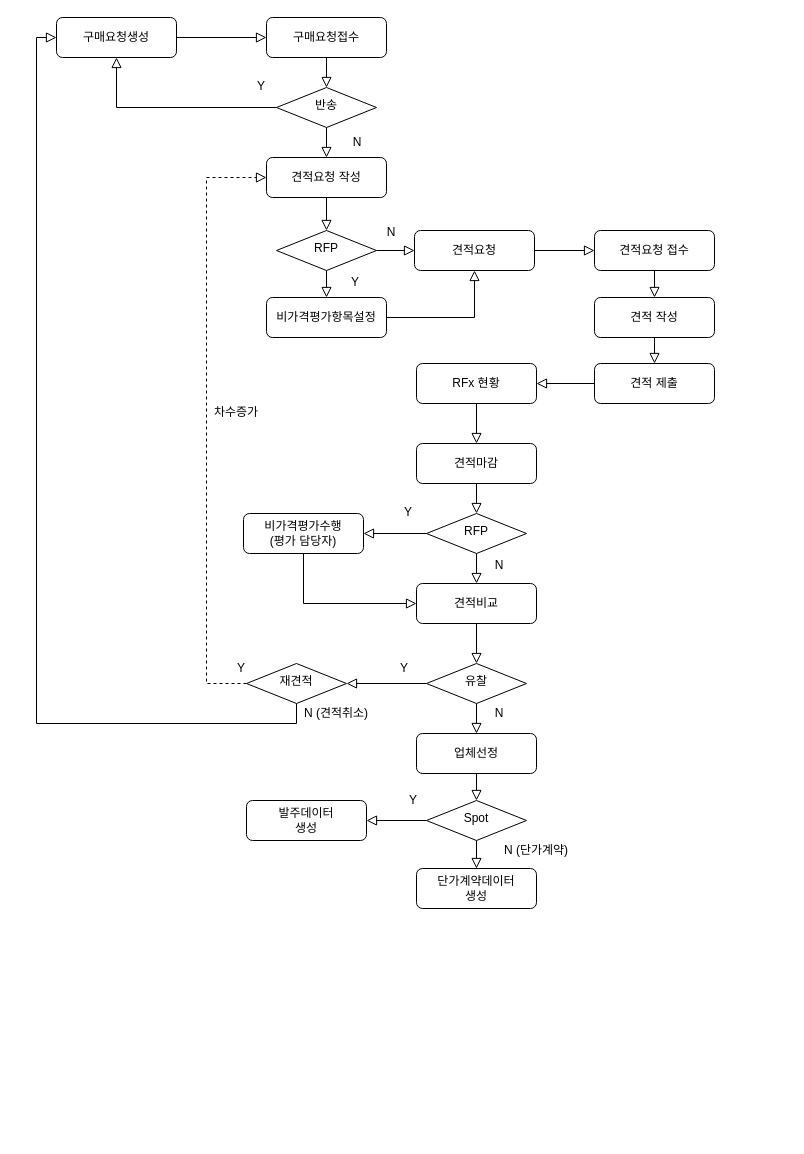
Before: RFx.drawio in kisspa-source/draw, a draw.io diagram. Source tidied: cells renumbered, new cells numbered last; positions are measured from the earlier drawing's top-left corner, leaving out a move shared by most shapes. Both pictures are drawn from the tidied source at 100%, with x=0, y=0 at pixel (56, 17).
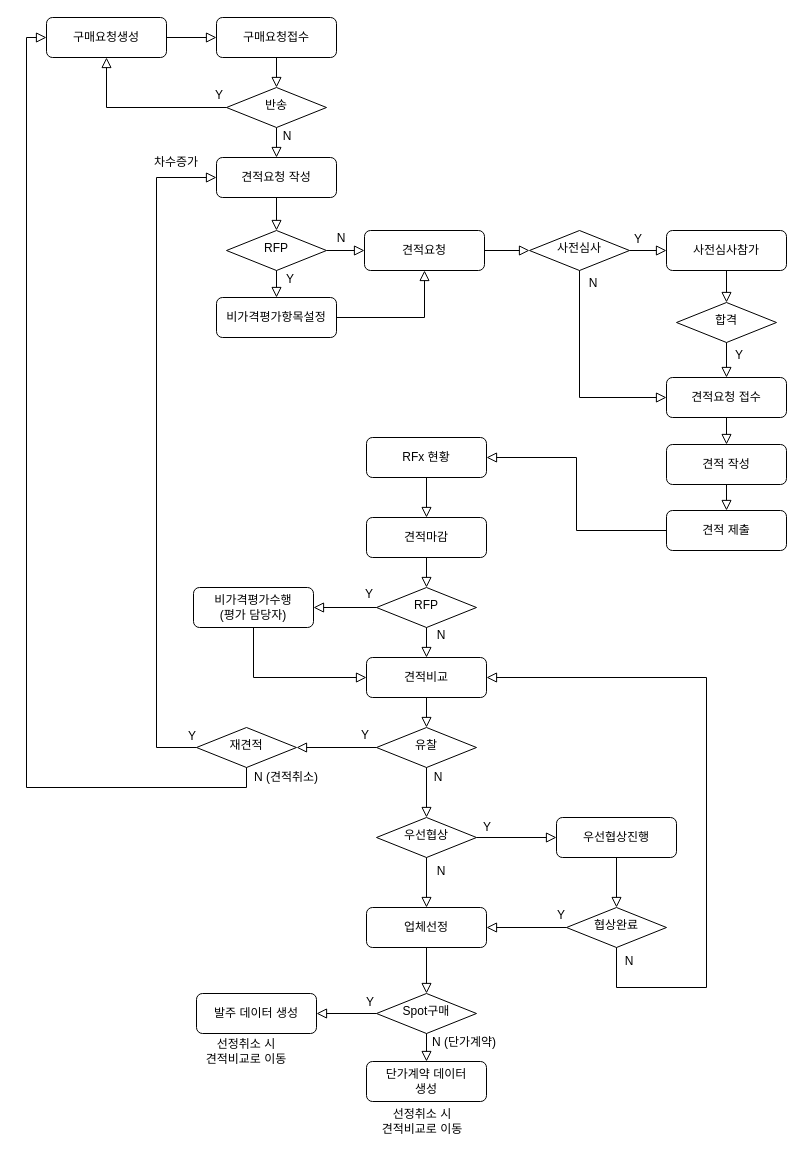
Above is the later version.

What changed in the source:
```diff
@@
     <mxCell id="3" value="구매요청생성" style="rounded=1;whiteSpace=wrap;html=1;fontSize=12;glass=0;strokeWidth=1;shadow=0;" parent="1" vertex="1">
-      <mxGeometry width="120" height="40" as="geometry" />
+      <mxGeometry x="-10" width="120" height="40" as="geometry" />
     </mxCell>
     <mxCell id="4" value="구매요청접수" style="rounded=1;whiteSpace=wrap;html=1;fontSize=12;glass=0;strokeWidth=1;shadow=0;" parent="1" vertex="1">
-      <mxGeometry x="210" width="120" height="40" as="geometry" />
+      <mxGeometry x="160" width="120" height="40" as="geometry" />
     </mxCell>
     <mxCell id="5" value="반송" style="rhombus;whiteSpace=wrap;html=1;shadow=0;fontFamily=Helvetica;fontSize=12;align=center;strokeWidth=1;spacing=6;spacingTop=-4;" parent="1" vertex="1">
-      <mxGeometry x="220" y="70" width="100" height="40" as="geometry" />
+      <mxGeometry x="170" y="70" width="100" height="40" as="geometry" />
     </mxCell>
@@
     <mxCell id="8" value="견적요청 작성" style="rounded=1;whiteSpace=wrap;html=1;fontSize=12;glass=0;strokeWidth=1;shadow=0;" parent="1" vertex="1">
-      <mxGeometry x="210" y="140" width="120" height="40" as="geometry" />
+      <mxGeometry x="160" y="140" width="120" height="40" as="geometry" />
     </mxCell>
     <mxCell id="9" value="RFP" style="rhombus;whiteSpace=wrap;html=1;shadow=0;fontFamily=Helvetica;fontSize=12;align=center;strokeWidth=1;spacing=6;spacingTop=-4;" parent="1" vertex="1">
-      <mxGeometry x="220" y="213" width="100" height="40" as="geometry" />
+      <mxGeometry x="170" y="213" width="100" height="40" as="geometry" />
     </mxCell>
@@
     <mxCell id="11" value="N" style="text;html=1;strokeColor=none;fillColor=none;align=center;verticalAlign=middle;whiteSpace=wrap;rounded=0;" parent="1" vertex="1">
-      <mxGeometry x="286" y="110" width="30" height="30" as="geometry" />
+      <mxGeometry x="216" y="104" width="30" height="30" as="geometry" />
     </mxCell>
     <mxCell id="12" value="Y" style="text;html=1;strokeColor=none;fillColor=none;align=center;verticalAlign=middle;whiteSpace=wrap;rounded=0;" parent="1" vertex="1">
-      <mxGeometry x="190" y="54" width="30" height="30" as="geometry" />
+      <mxGeometry x="148" y="63" width="30" height="30" as="geometry" />
     </mxCell>
     <mxCell id="13" value="견적요청" style="rounded=1;whiteSpace=wrap;html=1;fontSize=12;glass=0;strokeWidth=1;shadow=0;" parent="1" vertex="1">
-      <mxGeometry x="358" y="213" width="120" height="40" as="geometry" />
+      <mxGeometry x="308" y="213" width="120" height="40" as="geometry" />
     </mxCell>
     <mxCell id="14" value="N" style="text;html=1;strokeColor=none;fillColor=none;align=center;verticalAlign=middle;whiteSpace=wrap;rounded=0;" parent="1" vertex="1">
-      <mxGeometry x="429" y="533" width="28" height="30" as="geometry" />
+      <mxGeometry x="371" y="603" width="28" height="30" as="geometry" />
     </mxCell>
     <mxCell id="15" value="비가격평가항목설정" style="rounded=1;whiteSpace=wrap;html=1;fontSize=12;glass=0;strokeWidth=1;shadow=0;" parent="1" vertex="1">
-      <mxGeometry x="210" y="280" width="120" height="40" as="geometry" />
+      <mxGeometry x="160" y="280" width="120" height="40" as="geometry" />
     </mxCell>
@@
     <mxCell id="17" value="Y" style="text;html=1;strokeColor=none;fillColor=none;align=center;verticalAlign=middle;whiteSpace=wrap;rounded=0;" parent="1" vertex="1">
-      <mxGeometry x="289" y="250" width="20" height="30" as="geometry" />
+      <mxGeometry x="224" y="247" width="20" height="30" as="geometry" />
     </mxCell>
@@
     <mxCell id="21" value="견적요청 접수" style="rounded=1;whiteSpace=wrap;html=1;fontSize=12;glass=0;strokeWidth=1;shadow=0;" parent="1" vertex="1">
-      <mxGeometry x="538" y="213" width="120" height="40" as="geometry" />
+      <mxGeometry x="610" y="360" width="120" height="40" as="geometry" />
     </mxCell>
-    <mxCell id="22" style="rounded=0;html=1;jettySize=auto;fontSize=11;endArrow=block;endFill=0;endSize=8;strokeWidth=1;shadow=0;labelBackgroundColor=none;exitX=1;exitY=0.5;exitDx=0;exitDy=0;entryX=0;entryY=0.5;entryDx=0;entryDy=0;" parent="1" edge="1" source="13" target="21">
-      <mxGeometry relative="1" as="geometry" />
-    </mxCell>
     <mxCell id="23" value="견적 작성" style="rounded=1;whiteSpace=wrap;html=1;fontSize=12;glass=0;strokeWidth=1;shadow=0;" parent="1" vertex="1">
-      <mxGeometry x="538" y="280" width="120" height="40" as="geometry" />
+      <mxGeometry x="610" y="427" width="120" height="40" as="geometry" />
     </mxCell>
     <mxCell id="24" value="견적 제출" style="rounded=1;whiteSpace=wrap;html=1;fontSize=12;glass=0;strokeWidth=1;shadow=0;" parent="1" vertex="1">
-      <mxGeometry x="538" y="346" width="120" height="40" as="geometry" />
+      <mxGeometry x="610" y="493" width="120" height="40" as="geometry" />
     </mxCell>
     <mxCell id="25" value="RFx 현황" style="rounded=1;whiteSpace=wrap;html=1;fontSize=12;glass=0;strokeWidth=1;shadow=0;" parent="1" vertex="1">
-      <mxGeometry x="360" y="346" width="120" height="40" as="geometry" />
+      <mxGeometry x="310" y="420" width="120" height="40" as="geometry" />
     </mxCell>
     <mxCell id="26" value="견적마감" style="rounded=1;whiteSpace=wrap;html=1;fontSize=12;glass=0;strokeWidth=1;shadow=0;" parent="1" vertex="1">
-      <mxGeometry x="360" y="426" width="120" height="40" as="geometry" />
+      <mxGeometry x="310" y="500" width="120" height="40" as="geometry" />
     </mxCell>
     <mxCell id="27" value="RFP" style="rhombus;whiteSpace=wrap;html=1;shadow=0;fontFamily=Helvetica;fontSize=12;align=center;strokeWidth=1;spacing=6;spacingTop=-4;" parent="1" vertex="1">
-      <mxGeometry x="370" y="496" width="100" height="40" as="geometry" />
+      <mxGeometry x="320" y="570" width="100" height="40" as="geometry" />
     </mxCell>
@@
-    <mxCell id="30" style="rounded=0;html=1;jettySize=auto;fontSize=11;endArrow=block;endFill=0;endSize=8;strokeWidth=1;shadow=0;labelBackgroundColor=none;exitX=0;exitY=0.5;exitDx=0;exitDy=0;entryX=1;entryY=0.5;entryDx=0;entryDy=0;" parent="1" edge="1" source="24" target="25">
+    <mxCell id="30" style="rounded=0;html=1;jettySize=auto;fontSize=11;endArrow=block;endFill=0;endSize=8;strokeWidth=1;shadow=0;labelBackgroundColor=none;exitX=0;exitY=0.5;exitDx=0;exitDy=0;entryX=1;entryY=0.5;entryDx=0;entryDy=0;edgeStyle=orthogonalEdgeStyle;" parent="1" edge="1" source="24" target="25">
       <mxGeometry relative="1" as="geometry" />
     </mxCell>
@@
     <mxCell id="33" value="비가격평가수행&lt;br&gt;(평가 담당자)" style="rounded=1;whiteSpace=wrap;html=1;fontSize=12;glass=0;strokeWidth=1;shadow=0;" parent="1" vertex="1">
-      <mxGeometry x="187" y="496" width="120" height="40" as="geometry" />
+      <mxGeometry x="137" y="570" width="120" height="40" as="geometry" />
     </mxCell>
     <mxCell id="34" value="견적비교" style="rounded=1;whiteSpace=wrap;html=1;fontSize=12;glass=0;strokeWidth=1;shadow=0;" parent="1" vertex="1">
-      <mxGeometry x="360" y="566" width="120" height="40" as="geometry" />
+      <mxGeometry x="310" y="640" width="120" height="40" as="geometry" />
     </mxCell>
@@
     <mxCell id="37" value="유찰" style="rhombus;whiteSpace=wrap;html=1;shadow=0;fontFamily=Helvetica;fontSize=12;align=center;strokeWidth=1;spacing=6;spacingTop=-4;" parent="1" vertex="1">
-      <mxGeometry x="370" y="646" width="100" height="40" as="geometry" />
+      <mxGeometry x="320" y="710" width="100" height="40" as="geometry" />
     </mxCell>
@@
     <mxCell id="39" value="업체선정" style="rounded=1;whiteSpace=wrap;html=1;fontSize=12;glass=0;strokeWidth=1;shadow=0;" parent="1" vertex="1">
-      <mxGeometry x="360" y="716" width="120" height="40" as="geometry" />
+      <mxGeometry x="310" y="890" width="120" height="40" as="geometry" />
     </mxCell>
-    <mxCell id="40" style="rounded=0;html=1;jettySize=auto;fontSize=11;endArrow=block;endFill=0;endSize=8;strokeWidth=1;shadow=0;labelBackgroundColor=none;exitX=0.5;exitY=1;exitDx=0;exitDy=0;entryX=0.5;entryY=0;entryDx=0;entryDy=0;" parent="1" edge="1" source="37" target="39">
-      <mxGeometry relative="1" as="geometry" />
-    </mxCell>
     <mxCell id="41" value="재견적" style="rhombus;whiteSpace=wrap;html=1;shadow=0;fontFamily=Helvetica;fontSize=12;align=center;strokeWidth=1;spacing=6;spacingTop=-4;" parent="1" vertex="1">
-      <mxGeometry x="190" y="646" width="100" height="40" as="geometry" />
+      <mxGeometry x="140" y="710" width="100" height="40" as="geometry" />
     </mxCell>
@@
     <mxCell id="43" value="Y" style="text;html=1;strokeColor=none;fillColor=none;align=center;verticalAlign=middle;whiteSpace=wrap;rounded=0;" parent="1" vertex="1">
-      <mxGeometry x="330" y="480" width="44" height="30" as="geometry" />
+      <mxGeometry x="291" y="562" width="44" height="30" as="geometry" />
     </mxCell>
     <mxCell id="44" value="Y" style="text;html=1;strokeColor=none;fillColor=none;align=center;verticalAlign=middle;whiteSpace=wrap;rounded=0;" parent="1" vertex="1">
-      <mxGeometry x="330" y="636" width="36" height="30" as="geometry" />
+      <mxGeometry x="291" y="703" width="36" height="30" as="geometry" />
     </mxCell>
     <mxCell id="45" value="N" style="text;html=1;strokeColor=none;fillColor=none;align=center;verticalAlign=middle;whiteSpace=wrap;rounded=0;" parent="1" vertex="1">
-      <mxGeometry x="428" y="681" width="30" height="30" as="geometry" />
+      <mxGeometry x="367" y="745" width="30" height="30" as="geometry" />
     </mxCell>
-    <mxCell id="46" style="html=1;jettySize=auto;fontSize=11;endArrow=block;endFill=0;endSize=8;strokeWidth=1;shadow=0;labelBackgroundColor=none;edgeStyle=orthogonalEdgeStyle;exitX=0;exitY=0.5;exitDx=0;exitDy=0;entryX=0;entryY=0.5;entryDx=0;entryDy=0;rounded=0;dashed=1;" parent="1" edge="1" source="41" target="8">
+    <mxCell id="46" style="html=1;jettySize=auto;fontSize=11;endArrow=block;endFill=0;endSize=8;strokeWidth=1;shadow=0;labelBackgroundColor=none;edgeStyle=orthogonalEdgeStyle;exitX=0;exitY=0.5;exitDx=0;exitDy=0;entryX=0;entryY=0.5;entryDx=0;entryDy=0;rounded=0;" parent="1" edge="1" source="41" target="8">
       <mxGeometry relative="1" as="geometry">
         <Array as="points">
-          <mxPoint x="150" y="666" />
-          <mxPoint x="150" y="160" />
+          <mxPoint x="100" y="730" />
+          <mxPoint x="100" y="160" />
         </Array>
       </mxGeometry>
     </mxCell>
     <mxCell id="47" value="Y" style="text;html=1;strokeColor=none;fillColor=none;align=center;verticalAlign=middle;whiteSpace=wrap;rounded=0;" parent="1" vertex="1">
-      <mxGeometry x="170" y="636" width="30" height="30" as="geometry" />
+      <mxGeometry x="121" y="704" width="30" height="30" as="geometry" />
     </mxCell>
@@
-    <mxCell id="49" value="Spot" style="rhombus;whiteSpace=wrap;html=1;shadow=0;fontFamily=Helvetica;fontSize=12;align=center;strokeWidth=1;spacing=6;spacingTop=-4;" parent="1" vertex="1">
-      <mxGeometry x="370" y="783" width="100" height="40" as="geometry" />
+    <mxCell id="49" value="Spot구매" style="rhombus;whiteSpace=wrap;html=1;shadow=0;fontFamily=Helvetica;fontSize=12;align=center;strokeWidth=1;spacing=6;spacingTop=-4;" parent="1" vertex="1">
+      <mxGeometry x="320" y="976" width="100" height="40" as="geometry" />
     </mxCell>
@@
-    <mxCell id="51" value="단가계약데이터&lt;br&gt;생성" style="rounded=1;whiteSpace=wrap;html=1;fontSize=12;glass=0;strokeWidth=1;shadow=0;" parent="1" vertex="1">
-      <mxGeometry x="360" y="851" width="120" height="40" as="geometry" />
+    <mxCell id="51" value="단가계약 데이터&lt;br&gt;생성" style="rounded=1;whiteSpace=wrap;html=1;fontSize=12;glass=0;strokeWidth=1;shadow=0;" parent="1" vertex="1">
+      <mxGeometry x="310" y="1044" width="120" height="40" as="geometry" />
     </mxCell>
@@
     <mxCell id="53" value="N (단가계약)" style="text;html=1;strokeColor=none;fillColor=none;align=center;verticalAlign=middle;whiteSpace=wrap;rounded=0;" parent="1" vertex="1">
-      <mxGeometry x="430" y="818" width="100" height="30" as="geometry" />
+      <mxGeometry x="358" y="1010" width="100" height="30" as="geometry" />
     </mxCell>
-    <mxCell id="54" value="발주데이터&lt;br&gt;생성" style="rounded=1;whiteSpace=wrap;html=1;fontSize=12;glass=0;strokeWidth=1;shadow=0;" parent="1" vertex="1">
-      <mxGeometry x="190" y="783" width="120" height="40" as="geometry" />
+    <mxCell id="54" value="발주 데이터 생성" style="rounded=1;whiteSpace=wrap;html=1;fontSize=12;glass=0;strokeWidth=1;shadow=0;" parent="1" vertex="1">
+      <mxGeometry x="140" y="976" width="120" height="40" as="geometry" />
     </mxCell>
@@
     <mxCell id="56" value="Y" style="text;html=1;strokeColor=none;fillColor=none;align=center;verticalAlign=middle;whiteSpace=wrap;rounded=0;" parent="1" vertex="1">
-      <mxGeometry x="339" y="773" width="36" height="20" as="geometry" />
+      <mxGeometry x="296" y="975" width="36" height="20" as="geometry" />
     </mxCell>
@@
     <mxCell id="58" value="N" style="text;html=1;strokeColor=none;fillColor=none;align=center;verticalAlign=middle;whiteSpace=wrap;rounded=0;" parent="1" vertex="1">
-      <mxGeometry x="320" y="200" width="30" height="30" as="geometry" />
+      <mxGeometry x="270" y="206" width="30" height="30" as="geometry" />
     </mxCell>
     <mxCell id="59" value="N (견적취소)" style="text;html=1;strokeColor=none;fillColor=none;align=center;verticalAlign=middle;whiteSpace=wrap;rounded=0;" parent="1" vertex="1">
-      <mxGeometry x="240" y="681" width="80" height="30" as="geometry" />
+      <mxGeometry x="190" y="745" width="80" height="30" as="geometry" />
     </mxCell>
     <mxCell id="60" value="차수증가" style="text;html=1;strokeColor=none;fillColor=none;align=center;verticalAlign=middle;whiteSpace=wrap;rounded=0;" parent="1" vertex="1">
-      <mxGeometry x="150" y="380" width="60" height="30" as="geometry" />
+      <mxGeometry x="90" y="130" width="60" height="30" as="geometry" />
     </mxCell>
+    <mxCell id="61" value="사전심사" style="rhombus;whiteSpace=wrap;html=1;shadow=0;fontFamily=Helvetica;fontSize=12;align=center;strokeWidth=1;spacing=6;spacingTop=-4;" parent="1" vertex="1">
+      <mxGeometry x="473" y="213" width="100" height="40" as="geometry" />
+    </mxCell>
+    <mxCell id="62" value="사전심사참가" style="rounded=1;whiteSpace=wrap;html=1;fontSize=12;glass=0;strokeWidth=1;shadow=0;" parent="1" vertex="1">
+      <mxGeometry x="610" y="213" width="120" height="40" as="geometry" />
+    </mxCell>
+    <mxCell id="63" style="rounded=0;html=1;jettySize=auto;fontSize=11;endArrow=block;endFill=0;endSize=8;strokeWidth=1;shadow=0;labelBackgroundColor=none;exitX=1;exitY=0.5;exitDx=0;exitDy=0;entryX=0;entryY=0.5;entryDx=0;entryDy=0;" parent="1" edge="1" source="13" target="61">
+      <mxGeometry relative="1" as="geometry" />
+    </mxCell>
+    <mxCell id="64" value="Y" style="text;html=1;strokeColor=none;fillColor=none;align=center;verticalAlign=middle;whiteSpace=wrap;rounded=0;" parent="1" vertex="1">
+      <mxGeometry x="567" y="207" width="30" height="30" as="geometry" />
+    </mxCell>
+    <mxCell id="65" style="rounded=0;html=1;jettySize=auto;fontSize=11;endArrow=block;endFill=0;endSize=8;strokeWidth=1;shadow=0;labelBackgroundColor=none;exitX=1;exitY=0.5;exitDx=0;exitDy=0;entryX=0;entryY=0.5;entryDx=0;entryDy=0;" parent="1" edge="1" source="61" target="62">
+      <mxGeometry relative="1" as="geometry" />
+    </mxCell>
+    <mxCell id="66" style="rounded=0;html=1;jettySize=auto;fontSize=11;endArrow=block;endFill=0;endSize=8;strokeWidth=1;shadow=0;labelBackgroundColor=none;exitX=0.5;exitY=1;exitDx=0;exitDy=0;entryX=0;entryY=0.5;entryDx=0;entryDy=0;edgeStyle=orthogonalEdgeStyle;" parent="1" edge="1" source="61" target="21">
+      <mxGeometry relative="1" as="geometry" />
+    </mxCell>
+    <mxCell id="67" value="N" style="text;html=1;strokeColor=none;fillColor=none;align=center;verticalAlign=middle;whiteSpace=wrap;rounded=0;" parent="1" vertex="1">
+      <mxGeometry x="522" y="251" width="30" height="30" as="geometry" />
+    </mxCell>
+    <mxCell id="68" value="합격" style="rhombus;whiteSpace=wrap;html=1;shadow=0;fontFamily=Helvetica;fontSize=12;align=center;strokeWidth=1;spacing=6;spacingTop=-4;" parent="1" vertex="1">
+      <mxGeometry x="620" y="285" width="100" height="40" as="geometry" />
+    </mxCell>
+    <mxCell id="69" style="rounded=0;html=1;jettySize=auto;fontSize=11;endArrow=block;endFill=0;endSize=8;strokeWidth=1;shadow=0;labelBackgroundColor=none;exitX=0.5;exitY=1;exitDx=0;exitDy=0;edgeStyle=orthogonalEdgeStyle;entryX=0.5;entryY=0;entryDx=0;entryDy=0;" parent="1" edge="1" source="62" target="68">
+      <mxGeometry relative="1" as="geometry" />
+    </mxCell>
+    <mxCell id="70" style="rounded=0;html=1;jettySize=auto;fontSize=11;endArrow=block;endFill=0;endSize=8;strokeWidth=1;shadow=0;labelBackgroundColor=none;exitX=0.5;exitY=1;exitDx=0;exitDy=0;edgeStyle=orthogonalEdgeStyle;entryX=0.5;entryY=0;entryDx=0;entryDy=0;" parent="1" edge="1" source="68" target="21">
+      <mxGeometry relative="1" as="geometry" />
+    </mxCell>
+    <mxCell id="71" value="Y" style="text;html=1;strokeColor=none;fillColor=none;align=center;verticalAlign=middle;whiteSpace=wrap;rounded=0;" parent="1" vertex="1">
+      <mxGeometry x="668" y="323" width="30" height="30" as="geometry" />
+    </mxCell>
+    <mxCell id="72" value="우선협상" style="rhombus;whiteSpace=wrap;html=1;shadow=0;fontFamily=Helvetica;fontSize=12;align=center;strokeWidth=1;spacing=6;spacingTop=-4;" parent="1" vertex="1">
+      <mxGeometry x="320" y="800" width="100" height="40" as="geometry" />
+    </mxCell>
+    <mxCell id="73" style="rounded=0;html=1;jettySize=auto;fontSize=11;endArrow=block;endFill=0;endSize=8;strokeWidth=1;shadow=0;labelBackgroundColor=none;exitX=0.5;exitY=1;exitDx=0;exitDy=0;entryX=0.5;entryY=0;entryDx=0;entryDy=0;" parent="1" edge="1" source="72" target="39">
+      <mxGeometry relative="1" as="geometry" />
+    </mxCell>
+    <mxCell id="74" style="rounded=0;html=1;jettySize=auto;fontSize=11;endArrow=block;endFill=0;endSize=8;strokeWidth=1;shadow=0;labelBackgroundColor=none;exitX=0.5;exitY=1;exitDx=0;exitDy=0;entryX=0.5;entryY=0;entryDx=0;entryDy=0;" parent="1" edge="1" source="37" target="72">
+      <mxGeometry relative="1" as="geometry" />
+    </mxCell>
+    <mxCell id="75" value="우선협상진행" style="rounded=1;whiteSpace=wrap;html=1;fontSize=12;glass=0;strokeWidth=1;shadow=0;" parent="1" vertex="1">
+      <mxGeometry x="500" y="800" width="120" height="40" as="geometry" />
+    </mxCell>
+    <mxCell id="76" style="rounded=0;html=1;jettySize=auto;fontSize=11;endArrow=block;endFill=0;endSize=8;strokeWidth=1;shadow=0;labelBackgroundColor=none;exitX=1;exitY=0.5;exitDx=0;exitDy=0;entryX=0;entryY=0.5;entryDx=0;entryDy=0;" parent="1" edge="1" source="72" target="75">
+      <mxGeometry relative="1" as="geometry" />
+    </mxCell>
+    <mxCell id="77" value="Y" style="text;html=1;strokeColor=none;fillColor=none;align=center;verticalAlign=middle;whiteSpace=wrap;rounded=0;" parent="1" vertex="1">
+      <mxGeometry x="416" y="795" width="30" height="30" as="geometry" />
+    </mxCell>
+    <mxCell id="78" value="N" style="text;html=1;strokeColor=none;fillColor=none;align=center;verticalAlign=middle;whiteSpace=wrap;rounded=0;" parent="1" vertex="1">
+      <mxGeometry x="370" y="839" width="30" height="30" as="geometry" />
+    </mxCell>
+    <mxCell id="79" value="협상완료" style="rhombus;whiteSpace=wrap;html=1;shadow=0;fontFamily=Helvetica;fontSize=12;align=center;strokeWidth=1;spacing=6;spacingTop=-4;" parent="1" vertex="1">
+      <mxGeometry x="510" y="890" width="100" height="40" as="geometry" />
+    </mxCell>
+    <mxCell id="80" style="rounded=0;html=1;jettySize=auto;fontSize=11;endArrow=block;endFill=0;endSize=8;strokeWidth=1;shadow=0;labelBackgroundColor=none;exitX=0.5;exitY=1;exitDx=0;exitDy=0;entryX=0.5;entryY=0;entryDx=0;entryDy=0;" parent="1" edge="1" source="75" target="79">
+      <mxGeometry relative="1" as="geometry" />
+    </mxCell>
+    <mxCell id="81" style="rounded=0;html=1;jettySize=auto;fontSize=11;endArrow=block;endFill=0;endSize=8;strokeWidth=1;shadow=0;labelBackgroundColor=none;exitX=0;exitY=0.5;exitDx=0;exitDy=0;entryX=1;entryY=0.5;entryDx=0;entryDy=0;" parent="1" edge="1" source="79" target="39">
+      <mxGeometry relative="1" as="geometry" />
+    </mxCell>
+    <mxCell id="82" value="Y" style="text;html=1;strokeColor=none;fillColor=none;align=center;verticalAlign=middle;whiteSpace=wrap;rounded=0;" parent="1" vertex="1">
+      <mxGeometry x="490" y="883" width="30" height="30" as="geometry" />
+    </mxCell>
+    <mxCell id="83" style="rounded=0;html=1;jettySize=auto;fontSize=11;endArrow=block;endFill=0;endSize=8;strokeWidth=1;shadow=0;labelBackgroundColor=none;exitX=0.5;exitY=1;exitDx=0;exitDy=0;entryX=1;entryY=0.5;entryDx=0;entryDy=0;edgeStyle=orthogonalEdgeStyle;" parent="1" edge="1" source="79" target="34">
+      <mxGeometry relative="1" as="geometry">
+        <Array as="points">
+          <mxPoint x="560" y="970" />
+          <mxPoint x="650" y="970" />
+          <mxPoint x="650" y="660" />
+        </Array>
+      </mxGeometry>
+    </mxCell>
+    <mxCell id="84" value="N" style="text;html=1;strokeColor=none;fillColor=none;align=center;verticalAlign=middle;whiteSpace=wrap;rounded=0;" parent="1" vertex="1">
+      <mxGeometry x="558" y="929" width="30" height="30" as="geometry" />
+    </mxCell>
+    <mxCell id="85" value="선정취소 시 &lt;br&gt;견적비교로 이동" style="text;html=1;strokeColor=none;fillColor=none;align=center;verticalAlign=middle;whiteSpace=wrap;rounded=0;" parent="1" vertex="1">
+      <mxGeometry x="140" y="1019" width="100" height="30" as="geometry" />
+    </mxCell>
+    <mxCell id="86" value="선정취소 시 &lt;br&gt;견적비교로 이동" style="text;html=1;strokeColor=none;fillColor=none;align=center;verticalAlign=middle;whiteSpace=wrap;rounded=0;" parent="1" vertex="1">
+      <mxGeometry x="316" y="1089" width="100" height="30" as="geometry" />
+    </mxCell>
```
